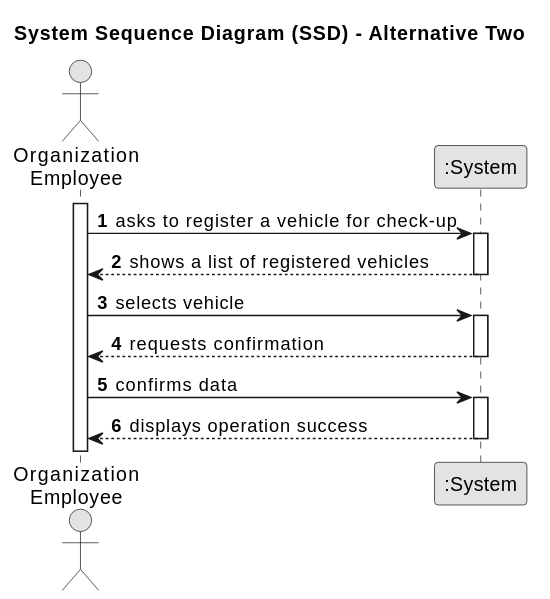
The PlantUML diagram docs/sprintA/us007/01.requirements-engineering/svg/us007-system-sequence-diagram-alternative-two.svg in diogoveirospro/lei-24-s2-1dg-g072, before a commit.
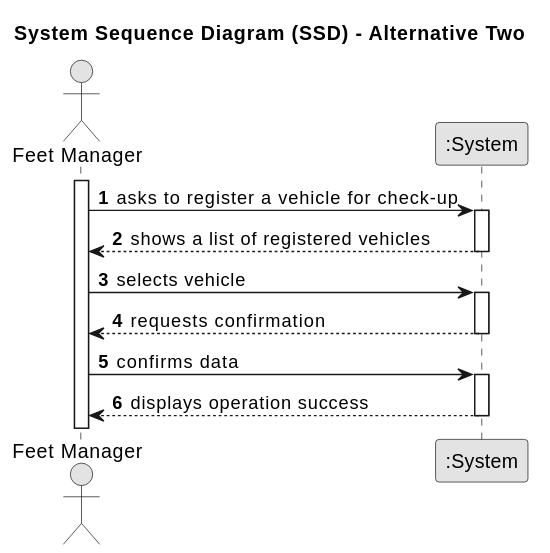
The same diagram one commit later.

Commit message:
Made changes in the US006 system diagram

What changed in the source:
```diff
@@ -7,7 +7,7 @@
 
 autonumber
 
-actor "Organization\nEmployee" as Employee
+actor "Feet Manager" as Employee
 participant ":System" as System
 
 activate Employee
```
